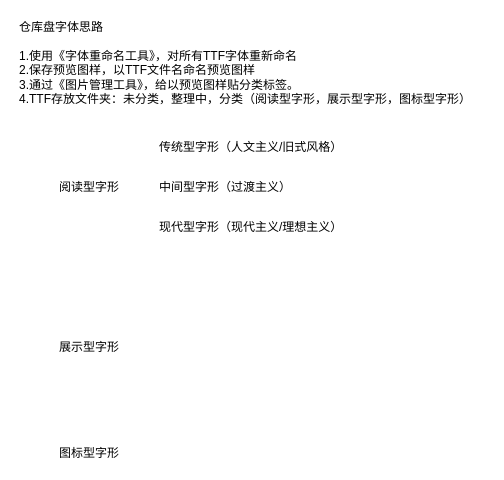
This is 字形分类.drawio from water0902/Draw.io, a draw.io file, before an edit. Source tidied: cells renumbered, new cells numbered last; positions are measured from the earlier drawing's top-left corner, leaving out a move shared by most shapes. Both pictures are drawn from the tidied source at 100%, with x=0, y=0 at pixel (17, 17).
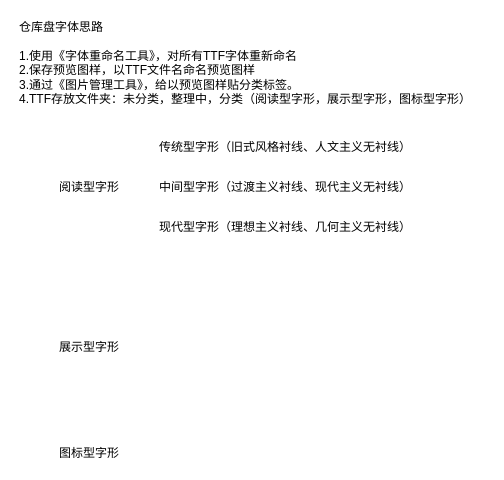
The same diagram, later.

Commit message (it also covers changes not shown here):
更新字形分类.drawio

What changed in the source:
```diff
@@
 <mxGraphModel>
   <root>
     <mxCell id="0" />
     <mxCell id="1" parent="0" />
     <mxCell id="2" value="仓库盘字体思路" style="text;html=1;align=left;verticalAlign=middle;fillColor=none;strokeColor=none;rounded=0;" parent="1" vertex="1">
       <mxGeometry width="100" height="20" as="geometry" />
     </mxCell>
     <mxCell id="3" value="1.使用《字体重命名工具》，对所有TTF字体重新命名&lt;br&gt;2.保存预览图样，以TTF文件名命名预览图样&lt;br&gt;3.通过《图片管理工具》，给以预览图样贴分类标签。&lt;br&gt;4.TTF存放文件夹：未分类，整理中，分类（阅读型字形，展示型字形，图标型字形）" style="text;html=1;align=left;verticalAlign=middle;fillColor=none;strokeColor=none;rounded=0;" parent="1" vertex="1">
       <mxGeometry y="30" width="470" height="60" as="geometry" />
     </mxCell>
     <mxCell id="4" value="阅读型字形" style="text;html=1;align=left;verticalAlign=middle;fillColor=none;strokeColor=none;rounded=0;" parent="1" vertex="1">
       <mxGeometry x="40" y="160" width="80" height="20" as="geometry" />
     </mxCell>
     <mxCell id="5" value="展示型字形" style="text;html=1;align=left;verticalAlign=middle;fillColor=none;strokeColor=none;rounded=0;" parent="1" vertex="1">
       <mxGeometry x="40" y="320" width="80" height="20" as="geometry" />
     </mxCell>
     <mxCell id="6" value="图标型字形" style="text;html=1;align=left;verticalAlign=middle;fillColor=none;strokeColor=none;rounded=0;" parent="1" vertex="1">
       <mxGeometry x="40" y="425.5" width="80" height="20" as="geometry" />
     </mxCell>
-    <mxCell id="7" value="传统型字形（人文主义/旧式风格）" style="text;html=1;align=left;verticalAlign=middle;fillColor=none;strokeColor=none;rounded=0;" parent="1" vertex="1">
-      <mxGeometry x="140" y="120" width="200" height="20" as="geometry" />
+    <mxCell id="7" value="传统型字形（旧式风格衬线、人文主义无衬线）" style="text;html=1;align=left;verticalAlign=middle;fillColor=none;strokeColor=none;rounded=0;" parent="1" vertex="1">
+      <mxGeometry x="140" y="120" width="270" height="20" as="geometry" />
     </mxCell>
-    <mxCell id="8" value="中间型字形（过渡主义）" style="text;html=1;align=left;verticalAlign=middle;fillColor=none;strokeColor=none;rounded=0;" parent="1" vertex="1">
-      <mxGeometry x="140" y="160" width="150" height="20" as="geometry" />
+    <mxCell id="8" value="中间型字形（过渡主义衬线、现代主义无衬线）" style="text;html=1;align=left;verticalAlign=middle;fillColor=none;strokeColor=none;rounded=0;" parent="1" vertex="1">
+      <mxGeometry x="140" y="160" width="270" height="20" as="geometry" />
     </mxCell>
-    <mxCell id="9" value="现代型字形（现代主义/理想主义）" style="text;html=1;align=left;verticalAlign=middle;fillColor=none;strokeColor=none;rounded=0;" parent="1" vertex="1">
-      <mxGeometry x="140" y="200" width="200" height="20" as="geometry" />
+    <mxCell id="9" value="现代型字形（理想主义衬线、几何主义无衬线）" style="text;html=1;align=left;verticalAlign=middle;fillColor=none;strokeColor=none;rounded=0;" parent="1" vertex="1">
+      <mxGeometry x="140" y="200" width="270" height="20" as="geometry" />
     </mxCell>
   </root>
 </mxGraphModel>
```
